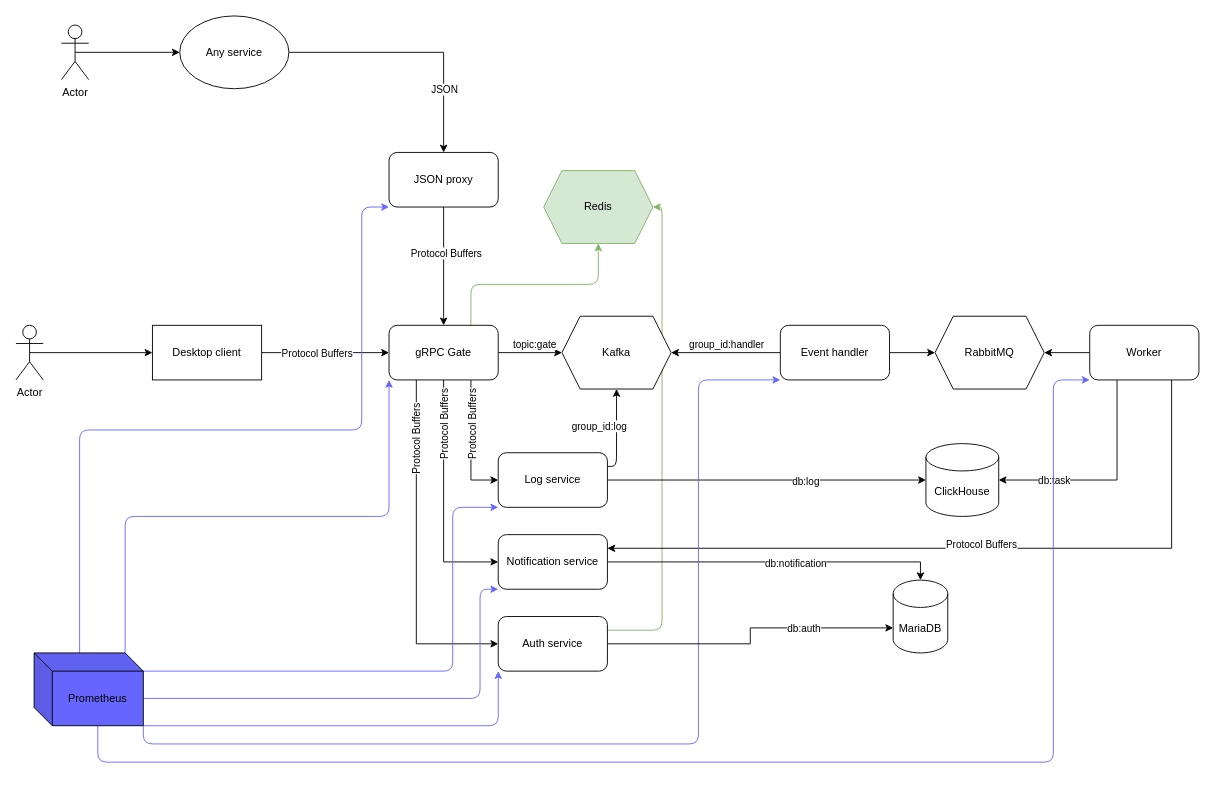
Above: page "New" (1 of 2) of scheme.drawio in gbh007/petus-projectus (draw.io), before the change. Source tidied: cells renumbered, new cells numbered last; positions are measured from the earlier drawing's top-left corner, leaving out a move shared by most shapes. Both pictures are drawn from the tidied source at 91%, with x=0, y=0 at pixel (15, 15).
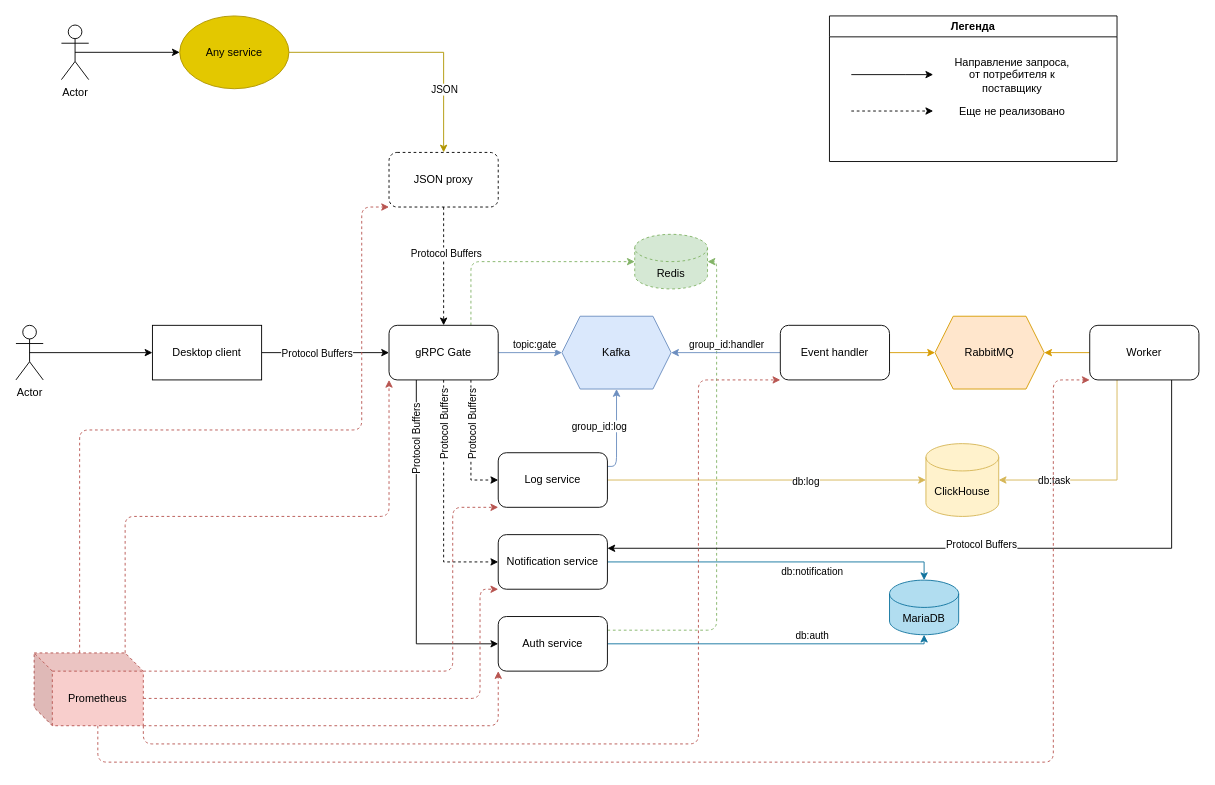
Above is the later version.

Commit message:
Актуализация схемы

Unchanged cells that the change refers to:
```xml
<mxCell id="12" value="Event handler" style="rounded=1;whiteSpace=wrap;html=1;" parent="1" vertex="1">
  <mxGeometry x="840" y="340" width="120" height="60" as="geometry" />
</mxCell>
<mxCell id="16" value="Worker" style="rounded=1;whiteSpace=wrap;html=1;" parent="1" vertex="1">
  <mxGeometry x="1180" y="340" width="120" height="60" as="geometry" />
</mxCell>
<mxCell id="25" value="gRPC Gate" style="rounded=1;whiteSpace=wrap;html=1;" parent="1" vertex="1">
  <mxGeometry x="410" y="340" width="120" height="60" as="geometry" />
</mxCell>
<mxCell id="41" value="Log service" style="rounded=1;whiteSpace=wrap;html=1;" parent="1" vertex="1">
  <mxGeometry x="530" y="480" width="120" height="60" as="geometry" />
</mxCell>
<mxCell id="44" value="Notification service" style="rounded=1;whiteSpace=wrap;html=1;" parent="1" vertex="1">
  <mxGeometry x="530" y="570" width="120" height="60" as="geometry" />
</mxCell>
<mxCell id="55" value="Auth service" style="rounded=1;whiteSpace=wrap;html=1;" parent="1" vertex="1">
  <mxGeometry x="530" y="660" width="120" height="60" as="geometry" />
</mxCell>
```

Diff of the diagram source:
```diff
@@
-    <mxCell id="2" style="edgeStyle=orthogonalEdgeStyle;html=1;exitX=1;exitY=0.25;exitDx=0;exitDy=0;entryX=1;entryY=0.5;entryDx=0;entryDy=0;fillColor=#d5e8d4;strokeColor=#82b366;" parent="1" edge="1" source="55" target="58">
+    <mxCell id="2" style="edgeStyle=orthogonalEdgeStyle;html=1;exitX=1;exitY=0.25;exitDx=0;exitDy=0;entryX=1;entryY=0.5;entryDx=0;entryDy=0;fillColor=#d5e8d4;strokeColor=#82b366;dashed=1;" parent="1" edge="1" source="55" target="58">
       <mxGeometry relative="1" as="geometry" />
     </mxCell>
-    <mxCell id="3" value="ClickHouse" style="shape=cylinder3;whiteSpace=wrap;html=1;boundedLbl=1;backgroundOutline=1;size=15;" parent="1" vertex="1">
+    <mxCell id="3" value="ClickHouse" style="shape=cylinder3;whiteSpace=wrap;html=1;boundedLbl=1;backgroundOutline=1;size=15;fillColor=#fff2cc;strokeColor=#d6b656;" parent="1" vertex="1">
       <mxGeometry x="1000" y="470" width="80" height="80" as="geometry" />
     </mxCell>
-    <mxCell id="4" value="MariaDB" style="shape=cylinder3;whiteSpace=wrap;html=1;boundedLbl=1;backgroundOutline=1;size=15;" parent="1" vertex="1">
-      <mxGeometry x="964" y="620" width="60" height="80" as="geometry" />
+    <mxCell id="4" value="MariaDB" style="shape=cylinder3;whiteSpace=wrap;html=1;boundedLbl=1;backgroundOutline=1;size=15;fillColor=#b1ddf0;strokeColor=#10739e;" parent="1" vertex="1">
+      <mxGeometry x="960" y="620" width="76" height="60" as="geometry" />
     </mxCell>
-    <mxCell id="5" style="edgeStyle=orthogonalEdgeStyle;rounded=0;jettySize=auto;html=1;exitX=0;exitY=0.5;exitDx=0;exitDy=0;entryX=1;entryY=0.5;entryDx=0;entryDy=0;" parent="1" edge="1" source="12" target="8">
+    <mxCell id="5" style="edgeStyle=orthogonalEdgeStyle;rounded=0;jettySize=auto;html=1;exitX=0;exitY=0.5;exitDx=0;exitDy=0;entryX=1;entryY=0.5;entryDx=0;entryDy=0;fillColor=#dae8fc;strokeColor=#6c8ebf;" parent="1" edge="1" source="12" target="8">
       <mxGeometry relative="1" as="geometry" />
     </mxCell>
@@
-    <mxCell id="7" style="edgeStyle=orthogonalEdgeStyle;html=1;exitX=1;exitY=0.25;exitDx=0;exitDy=0;entryX=0.5;entryY=1;entryDx=0;entryDy=0;" parent="1" edge="1" source="41" target="8">
+    <mxCell id="7" style="edgeStyle=orthogonalEdgeStyle;html=1;exitX=1;exitY=0.25;exitDx=0;exitDy=0;entryX=0.5;entryY=1;entryDx=0;entryDy=0;fillColor=#dae8fc;strokeColor=#6c8ebf;" parent="1" edge="1" source="41" target="8">
       <mxGeometry relative="1" as="geometry" />
     </mxCell>
-    <mxCell id="8" value="Kafka" style="shape=hexagon;perimeter=hexagonPerimeter2;whiteSpace=wrap;html=1;fixedSize=1;" parent="1" vertex="1">
+    <mxCell id="8" value="Kafka" style="shape=hexagon;perimeter=hexagonPerimeter2;whiteSpace=wrap;html=1;fixedSize=1;fillColor=#dae8fc;strokeColor=#6c8ebf;" parent="1" vertex="1">
       <mxGeometry x="600" y="330" width="120" height="80" as="geometry" />
     </mxCell>
-    <mxCell id="9" style="edgeStyle=orthogonalEdgeStyle;rounded=0;jettySize=auto;html=1;exitX=0;exitY=0.5;exitDx=0;exitDy=0;entryX=1;entryY=0.5;entryDx=0;entryDy=0;" parent="1" edge="1" source="16" target="10">
+    <mxCell id="9" style="edgeStyle=orthogonalEdgeStyle;rounded=0;jettySize=auto;html=1;exitX=0;exitY=0.5;exitDx=0;exitDy=0;entryX=1;entryY=0.5;entryDx=0;entryDy=0;fillColor=#ffe6cc;strokeColor=#d79b00;" parent="1" edge="1" source="16" target="10">
       <mxGeometry relative="1" as="geometry" />
     </mxCell>
-    <mxCell id="10" value="RabbitMQ" style="shape=hexagon;perimeter=hexagonPerimeter2;whiteSpace=wrap;html=1;fixedSize=1;" parent="1" vertex="1">
+    <mxCell id="10" value="RabbitMQ" style="shape=hexagon;perimeter=hexagonPerimeter2;whiteSpace=wrap;html=1;fixedSize=1;fillColor=#ffe6cc;strokeColor=#d79b00;" parent="1" vertex="1">
       <mxGeometry x="1010" y="330" width="120" height="80" as="geometry" />
     </mxCell>
-    <mxCell id="11" style="edgeStyle=orthogonalEdgeStyle;rounded=0;jettySize=auto;html=1;exitX=1;exitY=0.5;exitDx=0;exitDy=0;entryX=0;entryY=0.5;entryDx=0;entryDy=0;" parent="1" edge="1" source="12" target="10">
+    <mxCell id="11" style="edgeStyle=orthogonalEdgeStyle;rounded=0;jettySize=auto;html=1;exitX=1;exitY=0.5;exitDx=0;exitDy=0;entryX=0;entryY=0.5;entryDx=0;entryDy=0;fillColor=#ffe6cc;strokeColor=#d79b00;" parent="1" edge="1" source="12" target="10">
       <mxGeometry relative="1" as="geometry" />
     </mxCell>
@@
-    <mxCell id="14" style="edgeStyle=orthogonalEdgeStyle;rounded=0;html=1;exitX=0.25;exitY=1;exitDx=0;exitDy=0;entryX=1;entryY=0.5;entryDx=0;entryDy=0;entryPerimeter=0;" parent="1" edge="1" source="16" target="3">
+    <mxCell id="14" style="edgeStyle=orthogonalEdgeStyle;rounded=0;html=1;exitX=0.25;exitY=1;exitDx=0;exitDy=0;entryX=1;entryY=0.5;entryDx=0;entryDy=0;entryPerimeter=0;fillColor=#fff2cc;strokeColor=#d6b656;" parent="1" edge="1" source="16" target="3">
       <mxGeometry relative="1" as="geometry" />
     </mxCell>
@@
-    <mxCell id="17" style="edgeStyle=orthogonalEdgeStyle;rounded=0;jettySize=auto;html=1;exitX=1;exitY=0.5;exitDx=0;exitDy=0;entryX=0;entryY=0.5;entryDx=0;entryDy=0;" parent="1" edge="1" source="25" target="8">
+    <mxCell id="17" style="edgeStyle=orthogonalEdgeStyle;rounded=0;jettySize=auto;html=1;exitX=1;exitY=0.5;exitDx=0;exitDy=0;entryX=0;entryY=0.5;entryDx=0;entryDy=0;fillColor=#dae8fc;strokeColor=#6c8ebf;" parent="1" edge="1" source="25" target="8">
       <mxGeometry relative="1" as="geometry" />
     </mxCell>
@@
-    <mxCell id="19" style="edgeStyle=orthogonalEdgeStyle;rounded=0;jettySize=auto;html=1;exitX=0.75;exitY=1;exitDx=0;exitDy=0;entryX=0;entryY=0.5;entryDx=0;entryDy=0;" parent="1" edge="1" source="25" target="41">
+    <mxCell id="19" style="edgeStyle=orthogonalEdgeStyle;rounded=0;jettySize=auto;html=1;exitX=0.75;exitY=1;exitDx=0;exitDy=0;entryX=0;entryY=0.5;entryDx=0;entryDy=0;dashed=1;" parent="1" edge="1" source="25" target="41">
       <mxGeometry relative="1" as="geometry" />
     </mxCell>
@@
-    <mxCell id="23" style="edgeStyle=orthogonalEdgeStyle;html=1;exitX=0.5;exitY=1;exitDx=0;exitDy=0;entryX=0;entryY=0.5;entryDx=0;entryDy=0;rounded=0;" parent="1" edge="1" source="25" target="44">
+    <mxCell id="23" style="edgeStyle=orthogonalEdgeStyle;html=1;exitX=0.5;exitY=1;exitDx=0;exitDy=0;entryX=0;entryY=0.5;entryDx=0;entryDy=0;rounded=0;dashed=1;" parent="1" edge="1" source="25" target="44">
       <mxGeometry relative="1" as="geometry" />
     </mxCell>
-    <mxCell id="24" style="edgeStyle=orthogonalEdgeStyle;html=1;exitX=0.75;exitY=0;exitDx=0;exitDy=0;entryX=0.5;entryY=1;entryDx=0;entryDy=0;strokeColor=#82b366;fillColor=#d5e8d4;" parent="1" edge="1" source="25" target="58">
+    <mxCell id="24" style="edgeStyle=orthogonalEdgeStyle;html=1;exitX=0.75;exitY=0;exitDx=0;exitDy=0;entryX=0;entryY=0.5;entryDx=0;entryDy=0;strokeColor=#82b366;fillColor=#d5e8d4;dashed=1;entryPerimeter=0;" parent="1" edge="1" source="25" target="58">
       <mxGeometry relative="1" as="geometry" />
     </mxCell>
@@
-    <mxCell id="26" style="edgeStyle=orthogonalEdgeStyle;rounded=0;jettySize=auto;html=1;exitX=0.5;exitY=1;exitDx=0;exitDy=0;entryX=0.5;entryY=0;entryDx=0;entryDy=0;" parent="1" edge="1" source="28" target="25">
+    <mxCell id="26" style="edgeStyle=orthogonalEdgeStyle;rounded=0;jettySize=auto;html=1;exitX=0.5;exitY=1;exitDx=0;exitDy=0;entryX=0.5;entryY=0;entryDx=0;entryDy=0;dashed=1;" parent="1" edge="1" source="28" target="25">
       <mxGeometry relative="1" as="geometry" />
     </mxCell>
@@
-    <mxCell id="28" value="JSON proxy" style="rounded=1;whiteSpace=wrap;html=1;" parent="1" vertex="1">
+    <mxCell id="28" value="JSON proxy" style="rounded=1;whiteSpace=wrap;html=1;dashed=1;" parent="1" vertex="1">
       <mxGeometry x="410" y="150" width="120" height="60" as="geometry" />
     </mxCell>
@@
-    <mxCell id="34" style="edgeStyle=orthogonalEdgeStyle;rounded=0;jettySize=auto;html=1;exitX=1;exitY=0.5;exitDx=0;exitDy=0;entryX=0.5;entryY=0;entryDx=0;entryDy=0;" parent="1" edge="1" source="36" target="28">
+    <mxCell id="34" style="edgeStyle=orthogonalEdgeStyle;rounded=0;jettySize=auto;html=1;exitX=1;exitY=0.5;exitDx=0;exitDy=0;entryX=0.5;entryY=0;entryDx=0;entryDy=0;fillColor=#e3c800;strokeColor=#B09500;" parent="1" edge="1" source="36" target="28">
       <mxGeometry relative="1" as="geometry" />
     </mxCell>
@@
-    <mxCell id="36" value="Any service" style="ellipse;whiteSpace=wrap;html=1;" parent="1" vertex="1">
+    <mxCell id="36" value="Any service" style="ellipse;whiteSpace=wrap;html=1;fillColor=#e3c800;fontColor=#000000;strokeColor=#B09500;" parent="1" vertex="1">
       <mxGeometry x="180" width="120" height="80" as="geometry" />
     </mxCell>
@@
-    <mxCell id="39" style="edgeStyle=orthogonalEdgeStyle;rounded=0;jettySize=auto;html=1;exitX=1;exitY=0.5;exitDx=0;exitDy=0;entryX=0;entryY=0.5;entryDx=0;entryDy=0;entryPerimeter=0;" parent="1" edge="1" source="41" target="3">
+    <mxCell id="39" style="edgeStyle=orthogonalEdgeStyle;rounded=0;jettySize=auto;html=1;exitX=1;exitY=0.5;exitDx=0;exitDy=0;entryX=0;entryY=0.5;entryDx=0;entryDy=0;entryPerimeter=0;fillColor=#fff2cc;strokeColor=#d6b656;" parent="1" edge="1" source="41" target="3">
       <mxGeometry relative="1" as="geometry" />
     </mxCell>
@@
-    <mxCell id="42" style="edgeStyle=orthogonalEdgeStyle;rounded=0;jettySize=auto;html=1;exitX=1;exitY=0.5;exitDx=0;exitDy=0;entryX=0.5;entryY=0;entryDx=0;entryDy=0;entryPerimeter=0;" parent="1" edge="1" source="44" target="4">
+    <mxCell id="42" style="edgeStyle=orthogonalEdgeStyle;rounded=0;jettySize=auto;html=1;exitX=1;exitY=0.5;exitDx=0;exitDy=0;entryX=0.5;entryY=0;entryDx=0;entryDy=0;entryPerimeter=0;fillColor=#b1ddf0;strokeColor=#10739e;" parent="1" edge="1" source="44" target="4">
       <mxGeometry relative="1" as="geometry" />
     </mxCell>
     <mxCell id="43" value="db:notification" style="edgeLabel;html=1;align=center;verticalAlign=middle;" parent="42" vertex="1">
-      <mxGeometry x="0.13" y="-1" relative="1" as="geometry" />
+      <mxGeometry x="0.13" y="-1" relative="1" as="geometry">
+        <mxPoint x="16" y="9" as="offset" />
+      </mxGeometry>
     </mxCell>
@@
-    <mxCell id="45" style="edgeStyle=orthogonalEdgeStyle;html=1;exitX=0;exitY=0;exitDx=100;exitDy=0;exitPerimeter=0;entryX=0;entryY=1;entryDx=0;entryDy=0;rounded=1;strokeColor=#6666FF;snapToPoint=0;fixDash=0;backgroundOutline=0;orthogonal=0;enumerate=0;comic=0;" parent="1" edge="1" source="52" target="25">
+    <mxCell id="45" style="edgeStyle=orthogonalEdgeStyle;html=1;exitX=0;exitY=0;exitDx=100;exitDy=0;exitPerimeter=0;entryX=0;entryY=1;entryDx=0;entryDy=0;rounded=1;strokeColor=#b85450;snapToPoint=0;fixDash=0;backgroundOutline=0;orthogonal=0;enumerate=0;comic=0;dashed=1;fillColor=#f8cecc;" parent="1" edge="1" source="52" target="25">
       <mxGeometry relative="1" as="geometry" />
     </mxCell>
-    <mxCell id="46" style="edgeStyle=orthogonalEdgeStyle;html=1;exitX=0;exitY=0;exitDx=120;exitDy=20;exitPerimeter=0;entryX=0;entryY=1;entryDx=0;entryDy=0;rounded=1;strokeColor=#6666FF;snapToPoint=0;fixDash=0;backgroundOutline=0;orthogonal=0;enumerate=0;comic=0;" parent="1" edge="1" source="52" target="41">
+    <mxCell id="46" style="edgeStyle=orthogonalEdgeStyle;html=1;exitX=0;exitY=0;exitDx=120;exitDy=20;exitPerimeter=0;entryX=0;entryY=1;entryDx=0;entryDy=0;rounded=1;strokeColor=#b85450;snapToPoint=0;fixDash=0;backgroundOutline=0;orthogonal=0;enumerate=0;comic=0;dashed=1;fillColor=#f8cecc;" parent="1" edge="1" source="52" target="41">
       <mxGeometry relative="1" as="geometry">
         <Array as="points">
           <mxPoint x="480" y="720" />
           <mxPoint x="480" y="540" />
         </Array>
       </mxGeometry>
     </mxCell>
-    <mxCell id="47" style="edgeStyle=orthogonalEdgeStyle;html=1;exitX=1;exitY=1;exitDx=0;exitDy=0;exitPerimeter=0;entryX=0;entryY=1;entryDx=0;entryDy=0;rounded=1;strokeColor=#6666FF;snapToPoint=0;fixDash=0;backgroundOutline=0;orthogonal=0;enumerate=0;comic=0;" parent="1" edge="1" source="52" target="12">
+    <mxCell id="47" style="edgeStyle=orthogonalEdgeStyle;html=1;exitX=1;exitY=1;exitDx=0;exitDy=0;exitPerimeter=0;entryX=0;entryY=1;entryDx=0;entryDy=0;rounded=1;strokeColor=#b85450;snapToPoint=0;fixDash=0;backgroundOutline=0;orthogonal=0;enumerate=0;comic=0;dashed=1;fillColor=#f8cecc;" parent="1" edge="1" source="52" target="12">
       <mxGeometry relative="1" as="geometry">
         <Array as="points">
           <mxPoint x="140" y="800" />
           <mxPoint x="750" y="800" />
         </Array>
       </mxGeometry>
     </mxCell>
-    <mxCell id="48" style="edgeStyle=orthogonalEdgeStyle;html=1;exitX=0;exitY=0;exitDx=120;exitDy=50;exitPerimeter=0;entryX=0;entryY=1;entryDx=0;entryDy=0;rounded=1;strokeColor=#6666FF;snapToPoint=0;fixDash=0;backgroundOutline=0;orthogonal=0;enumerate=0;comic=0;" parent="1" edge="1" source="52" target="44">
+    <mxCell id="48" style="edgeStyle=orthogonalEdgeStyle;html=1;exitX=0;exitY=0;exitDx=120;exitDy=50;exitPerimeter=0;entryX=0;entryY=1;entryDx=0;entryDy=0;rounded=1;strokeColor=#b85450;snapToPoint=0;fixDash=0;backgroundOutline=0;orthogonal=0;enumerate=0;comic=0;dashed=1;fillColor=#f8cecc;" parent="1" edge="1" source="52" target="44">
       <mxGeometry relative="1" as="geometry">
         <Array as="points">
           <mxPoint x="510" y="750" />
           <mxPoint x="510" y="630" />
         </Array>
       </mxGeometry>
     </mxCell>
-    <mxCell id="49" style="edgeStyle=orthogonalEdgeStyle;html=1;exitX=0;exitY=0;exitDx=70;exitDy=80;exitPerimeter=0;entryX=0;entryY=1;entryDx=0;entryDy=0;rounded=1;strokeColor=#6666FF;snapToPoint=0;fixDash=0;backgroundOutline=0;orthogonal=0;enumerate=0;comic=0;" parent="1" edge="1" source="52" target="16">
+    <mxCell id="49" style="edgeStyle=orthogonalEdgeStyle;html=1;exitX=0;exitY=0;exitDx=70;exitDy=80;exitPerimeter=0;entryX=0;entryY=1;entryDx=0;entryDy=0;rounded=1;strokeColor=#b85450;snapToPoint=0;fixDash=0;backgroundOutline=0;orthogonal=0;enumerate=0;comic=0;dashed=1;fillColor=#f8cecc;" parent="1" edge="1" source="52" target="16">
       <mxGeometry relative="1" as="geometry">
         <Array as="points">
           <mxPoint x="90" y="820" />
           <mxPoint x="1140" y="820" />
           <mxPoint x="1140" y="400" />
         </Array>
       </mxGeometry>
     </mxCell>
-    <mxCell id="50" style="edgeStyle=orthogonalEdgeStyle;rounded=1;comic=0;html=1;exitX=0;exitY=0;exitDx=50;exitDy=0;exitPerimeter=0;entryX=0;entryY=1;entryDx=0;entryDy=0;strokeColor=#6666FF;" parent="1" edge="1" source="52" target="28">
+    <mxCell id="50" style="edgeStyle=orthogonalEdgeStyle;rounded=1;comic=0;html=1;exitX=0;exitY=0;exitDx=50;exitDy=0;exitPerimeter=0;entryX=0;entryY=1;entryDx=0;entryDy=0;strokeColor=#b85450;dashed=1;fillColor=#f8cecc;" parent="1" edge="1" source="52" target="28">
       <mxGeometry relative="1" as="geometry">
         <Array as="points">
           <mxPoint x="70" y="455" />
           <mxPoint x="380" y="455" />
           <mxPoint x="380" y="210" />
         </Array>
       </mxGeometry>
     </mxCell>
-    <mxCell id="51" style="edgeStyle=orthogonalEdgeStyle;html=1;exitX=1;exitY=1;exitDx=0;exitDy=0;exitPerimeter=0;entryX=0;entryY=1;entryDx=0;entryDy=0;strokeColor=#6666FF;comic=0;" parent="1" edge="1" source="52" target="55">
+    <mxCell id="51" style="edgeStyle=orthogonalEdgeStyle;html=1;exitX=1;exitY=1;exitDx=0;exitDy=0;exitPerimeter=0;entryX=0;entryY=1;entryDx=0;entryDy=0;strokeColor=#b85450;comic=0;dashed=1;fillColor=#f8cecc;" parent="1" edge="1" source="52" target="55">
       <mxGeometry relative="1" as="geometry">
         <Array as="points">
           <mxPoint x="530" y="780" />
         </Array>
       </mxGeometry>
     </mxCell>
-    <mxCell id="52" value="Prometheus" style="shape=cube;whiteSpace=wrap;html=1;boundedLbl=1;backgroundOutline=1;darkOpacity=0.05;darkOpacity2=0.1;fillColor=#6666FF;" parent="1" vertex="1">
+    <mxCell id="52" value="Prometheus" style="shape=cube;whiteSpace=wrap;html=1;boundedLbl=1;backgroundOutline=1;darkOpacity=0.05;darkOpacity2=0.1;fillColor=#f8cecc;strokeColor=#b85450;dashed=1;" parent="1" vertex="1">
       <mxGeometry x="20" y="700" width="120" height="80" as="geometry" />
     </mxCell>
-    <mxCell id="53" style="edgeStyle=orthogonalEdgeStyle;html=1;exitX=1;exitY=0.5;exitDx=0;exitDy=0;entryX=0;entryY=0;entryDx=0;entryDy=52.5;entryPerimeter=0;rounded=0;" parent="1" edge="1" source="55" target="4">
+    <mxCell id="53" style="edgeStyle=orthogonalEdgeStyle;html=1;exitX=1;exitY=0.5;exitDx=0;exitDy=0;entryX=0.5;entryY=1;entryDx=0;entryDy=0;entryPerimeter=0;rounded=0;fillColor=#b1ddf0;strokeColor=#10739e;" parent="1" edge="1" source="55" target="4">
       <mxGeometry relative="1" as="geometry" />
     </mxCell>
     <mxCell id="54" value="db:auth" style="edgeLabel;html=1;align=center;verticalAlign=middle;" parent="53" vertex="1">
       <mxGeometry x="0.4" relative="1" as="geometry">
-        <mxPoint x="1" as="offset" />
+        <mxPoint x="-27" y="-10" as="offset" />
       </mxGeometry>
     </mxCell>
@@
-    <mxCell id="58" value="Redis" style="shape=hexagon;perimeter=hexagonPerimeter2;whiteSpace=wrap;html=1;fixedSize=1;fillColor=#d5e8d4;strokeColor=#82b366;" parent="1" vertex="1">
-      <mxGeometry x="580" y="170" width="120" height="80" as="geometry" />
+    <mxCell id="58" value="Redis" style="shape=cylinder3;whiteSpace=wrap;html=1;boundedLbl=1;backgroundOutline=1;size=15;fontFamily=Helvetica;fontSize=12;fontColor=default;align=center;strokeColor=#82b366;fillColor=#d5e8d4;dashed=1;" parent="1" vertex="1">
+      <mxGeometry x="680" y="240" width="80" height="60" as="geometry" />
     </mxCell>
@@
+    <mxCell id="60" value="Легенда" style="swimlane;whiteSpace=wrap;html=1;swimlaneFillColor=#FFFFFF;" parent="1" vertex="1">
+      <mxGeometry x="894" width="316" height="160" as="geometry" />
+    </mxCell>
+    <mxCell id="61" style="group;" parent="60" vertex="1">
+      <mxGeometry x="84" y="90" width="184" height="30" as="geometry" />
+    </mxCell>
+    <mxCell id="62" style="edgeStyle=orthogonalEdgeStyle;rounded=0;orthogonalLoop=1;jettySize=auto;html=1;dashed=1;" parent="61" edge="1">
+      <mxGeometry relative="1" as="geometry">
+        <mxPoint x="-60" y="14.5" as="sourcePoint" />
+        <mxPoint x="30" y="14.5" as="targetPoint" />
+        <Array as="points">
+          <mxPoint y="14.5" />
+          <mxPoint y="14.5" />
+        </Array>
+      </mxGeometry>
+    </mxCell>
+    <mxCell id="63" value="Еще не реализовано" style="text;html=1;strokeColor=none;fillColor=none;align=center;verticalAlign=middle;whiteSpace=wrap;rounded=0;" parent="61" vertex="1">
+      <mxGeometry x="50" width="134" height="30" as="geometry" />
+    </mxCell>
+    <mxCell id="64" style="group;" parent="60" vertex="1">
+      <mxGeometry x="84" y="50" width="184" height="30" as="geometry" />
+    </mxCell>
+    <mxCell id="65" style="edgeStyle=orthogonalEdgeStyle;rounded=0;orthogonalLoop=1;jettySize=auto;html=1;" parent="64" edge="1">
+      <mxGeometry relative="1" as="geometry">
+        <mxPoint x="-60" y="14.5" as="sourcePoint" />
+        <mxPoint x="30" y="14.5" as="targetPoint" />
+        <Array as="points">
+          <mxPoint y="14.5" />
+          <mxPoint y="14.5" />
+        </Array>
+      </mxGeometry>
+    </mxCell>
+    <mxCell id="66" value="Направление запроса,&lt;br&gt;от потребителя к поставщику" style="text;html=1;strokeColor=none;fillColor=none;align=center;verticalAlign=middle;whiteSpace=wrap;rounded=0;" parent="64" vertex="1">
+      <mxGeometry x="50" width="134" height="30" as="geometry" />
+    </mxCell>
```
